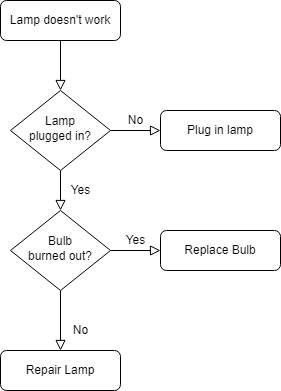
zhizhuodemao/drawio keeps this draw.io diagram as test.png. Above is the earlier version. Source tidied: cells renumbered, new cells last; positions are measured from the earlier drawing's top-left corner, leaving out a move shared by most shapes. Source of this version:
```xml
<mxGraphModel>
  <root>
    <mxCell id="0" />
    <mxCell id="1" parent="0" />
    <mxCell id="2" style="rounded=0;html=1;jettySize=auto;fontSize=11;endArrow=block;endFill=0;endSize=8;strokeWidth=1;shadow=0;labelBackgroundColor=none;edgeStyle=orthogonalEdgeStyle;" parent="1" edge="1" source="3" target="6">
      <mxGeometry relative="1" as="geometry" />
    </mxCell>
    <mxCell id="3" value="Lamp doesn't work" style="rounded=1;whiteSpace=wrap;html=1;fontSize=12;glass=0;strokeWidth=1;shadow=0;" parent="1" vertex="1">
      <mxGeometry width="120" height="40" as="geometry" />
    </mxCell>
    <mxCell id="4" value="Yes" style="rounded=0;html=1;jettySize=auto;fontSize=11;endArrow=block;endFill=0;endSize=8;strokeWidth=1;shadow=0;labelBackgroundColor=none;edgeStyle=orthogonalEdgeStyle;" parent="1" edge="1" source="6" target="10">
      <mxGeometry y="20" relative="1" as="geometry" />
    </mxCell>
    <mxCell id="5" value="No" style="edgeStyle=orthogonalEdgeStyle;rounded=0;html=1;jettySize=auto;fontSize=11;endArrow=block;endFill=0;endSize=8;strokeWidth=1;shadow=0;labelBackgroundColor=none;" parent="1" edge="1" source="6" target="7">
      <mxGeometry y="10" relative="1" as="geometry" />
    </mxCell>
    <mxCell id="6" value="Lamp&lt;br&gt;plugged in?" style="rhombus;whiteSpace=wrap;html=1;shadow=0;fontFamily=Helvetica;fontSize=12;align=center;strokeWidth=1;spacing=6;spacingTop=-4;" parent="1" vertex="1">
      <mxGeometry x="10" y="90" width="100" height="80" as="geometry" />
    </mxCell>
    <mxCell id="7" value="Plug in lamp" style="rounded=1;whiteSpace=wrap;html=1;fontSize=12;glass=0;strokeWidth=1;shadow=0;" parent="1" vertex="1">
      <mxGeometry x="160" y="110" width="120" height="40" as="geometry" />
    </mxCell>
    <mxCell id="8" value="No" style="rounded=0;html=1;jettySize=auto;fontSize=11;endArrow=block;endFill=0;endSize=8;strokeWidth=1;shadow=0;labelBackgroundColor=none;edgeStyle=orthogonalEdgeStyle;" parent="1" edge="1" source="10" target="11">
      <mxGeometry x="0.33" y="20" relative="1" as="geometry" />
    </mxCell>
    <mxCell id="9" value="Yes" style="edgeStyle=orthogonalEdgeStyle;rounded=0;html=1;jettySize=auto;fontSize=11;endArrow=block;endFill=0;endSize=8;strokeWidth=1;shadow=0;labelBackgroundColor=none;" parent="1" edge="1" source="10" target="12">
      <mxGeometry y="10" relative="1" as="geometry" />
    </mxCell>
    <mxCell id="10" value="Bulb&lt;br&gt;burned out?" style="rhombus;whiteSpace=wrap;html=1;shadow=0;fontFamily=Helvetica;fontSize=12;align=center;strokeWidth=1;spacing=6;spacingTop=-4;" parent="1" vertex="1">
      <mxGeometry x="10" y="210" width="100" height="80" as="geometry" />
    </mxCell>
    <mxCell id="11" value="Repair Lamp" style="rounded=1;whiteSpace=wrap;html=1;fontSize=12;glass=0;strokeWidth=1;shadow=0;" parent="1" vertex="1">
      <mxGeometry y="350" width="120" height="40" as="geometry" />
    </mxCell>
    <mxCell id="12" value="Replace Bulb" style="rounded=1;whiteSpace=wrap;html=1;fontSize=12;glass=0;strokeWidth=1;shadow=0;" parent="1" vertex="1">
      <mxGeometry x="160" y="230" width="120" height="40" as="geometry" />
    </mxCell>
  </root>
</mxGraphModel>
```
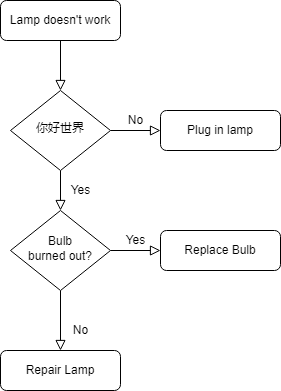
Above is the later version.

Diff of the diagram source:
```diff
@@ -14,7 +14,7 @@
     <mxCell id="5" value="No" style="edgeStyle=orthogonalEdgeStyle;rounded=0;html=1;jettySize=auto;fontSize=11;endArrow=block;endFill=0;endSize=8;strokeWidth=1;shadow=0;labelBackgroundColor=none;" parent="1" edge="1" source="6" target="7">
       <mxGeometry y="10" relative="1" as="geometry" />
     </mxCell>
-    <mxCell id="6" value="Lamp&lt;br&gt;plugged in?" style="rhombus;whiteSpace=wrap;html=1;shadow=0;fontFamily=Helvetica;fontSize=12;align=center;strokeWidth=1;spacing=6;spacingTop=-4;" parent="1" vertex="1">
+    <mxCell id="6" value="你好世界" style="rhombus;whiteSpace=wrap;html=1;shadow=0;fontFamily=Helvetica;fontSize=12;align=center;strokeWidth=1;spacing=6;spacingTop=-4;" parent="1" vertex="1">
       <mxGeometry x="10" y="90" width="100" height="80" as="geometry" />
     </mxCell>
     <mxCell id="7" value="Plug in lamp" style="rounded=1;whiteSpace=wrap;html=1;fontSize=12;glass=0;strokeWidth=1;shadow=0;" parent="1" vertex="1">
```
